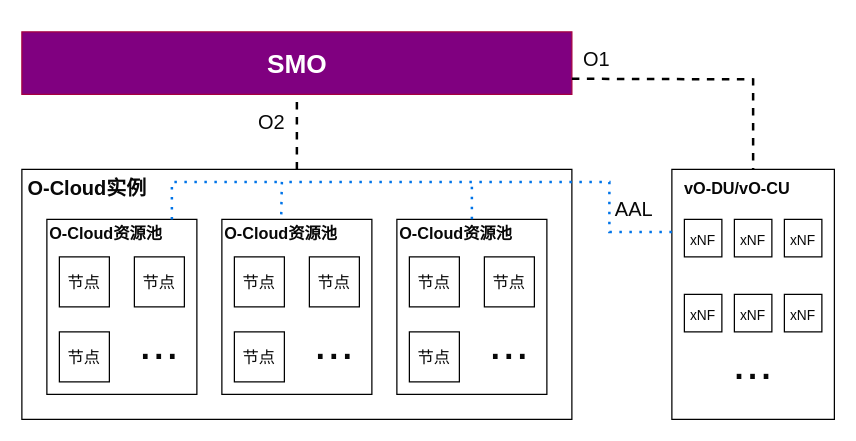
Earlier version of the draw.io diagram page "Page-44" (42 of 43) of resources/drawio/Untitled Diagram.drawio (linkins1/MyNoteBooks). Source tidied: cells renumbered, new cells numbered last; positions are measured from the earlier drawing's top-left corner, leaving out a move shared by most shapes. Both pictures are drawn from the tidied source at 125%, with x=0, y=0 at pixel (21, 31).
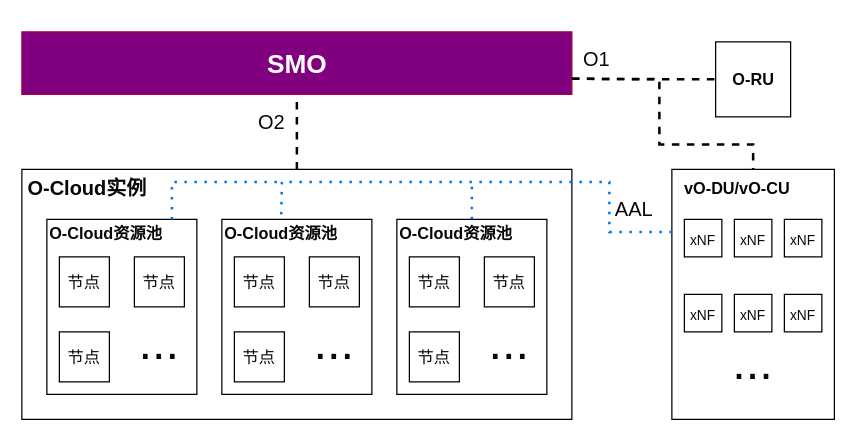
The same page after the edit.

The change refers to these unchanged cells:
```xml
<mxCell id="2" style="rounded=0;whiteSpace=wrap;html=1;fillColor=#800080;fontColor=#ffffff;strokeColor=#A50040;" parent="1" vertex="1">
  <mxGeometry width="440" height="50" as="geometry" />
</mxCell>
<mxCell id="35" style="rounded=0;whiteSpace=wrap;html=1;labelBackgroundColor=none;fontSize=16;fontColor=#080808;fillColor=none;gradientColor=none;" parent="1" vertex="1">
  <mxGeometry x="520" y="110" width="130" height="200" as="geometry" />
</mxCell>
```

Change to the diagram source:
```diff
@@
     <mxCell id="33" style="endArrow=none;html=1;rounded=0;fontSize=16;fontColor=#080808;strokeWidth=2;entryX=0.5;entryY=0;entryDx=0;entryDy=0;exitX=1;exitY=0.75;exitDx=0;exitDy=0;dashed=1;" parent="1" edge="1" source="2" target="35">
       <mxGeometry relative="1" as="geometry">
         <Array as="points">
-          <mxPoint x="585" y="38" />
+          <mxPoint x="510" y="38" />
+          <mxPoint x="510" y="90" />
+          <mxPoint x="585" y="90" />
         </Array>
       </mxGeometry>
     </mxCell>
@@
+    <mxCell id="48" style="group;" parent="1" vertex="1">
+      <mxGeometry x="555" width="60" height="60" as="geometry" />
+    </mxCell>
+    <mxCell id="49" style="rounded=0;whiteSpace=wrap;html=1;labelBackgroundColor=none;fontSize=16;fontColor=#080808;fillColor=none;gradientColor=none;" parent="48" vertex="1">
+      <mxGeometry y="8" width="60" height="60" as="geometry" />
+    </mxCell>
+    <mxCell id="50" value="&lt;font size=&quot;1&quot; color=&quot;#080808&quot;&gt;&lt;b style=&quot;font-size: 13px&quot;&gt;O-RU&lt;/b&gt;&lt;/font&gt;" style="text;html=1;strokeColor=none;fillColor=none;align=center;verticalAlign=middle;whiteSpace=wrap;rounded=0;" parent="48" vertex="1">
+      <mxGeometry x="5.6" y="23" width="48.8" height="30" as="geometry" />
+    </mxCell>
+    <mxCell id="51" style="endArrow=none;html=1;rounded=0;fontSize=16;fontColor=#080808;strokeWidth=2;exitX=1;exitY=0.75;exitDx=0;exitDy=0;dashed=1;entryX=0;entryY=0.5;entryDx=0;entryDy=0;" parent="1" edge="1" source="2" target="49">
+      <mxGeometry relative="1" as="geometry" />
+    </mxCell>
```
